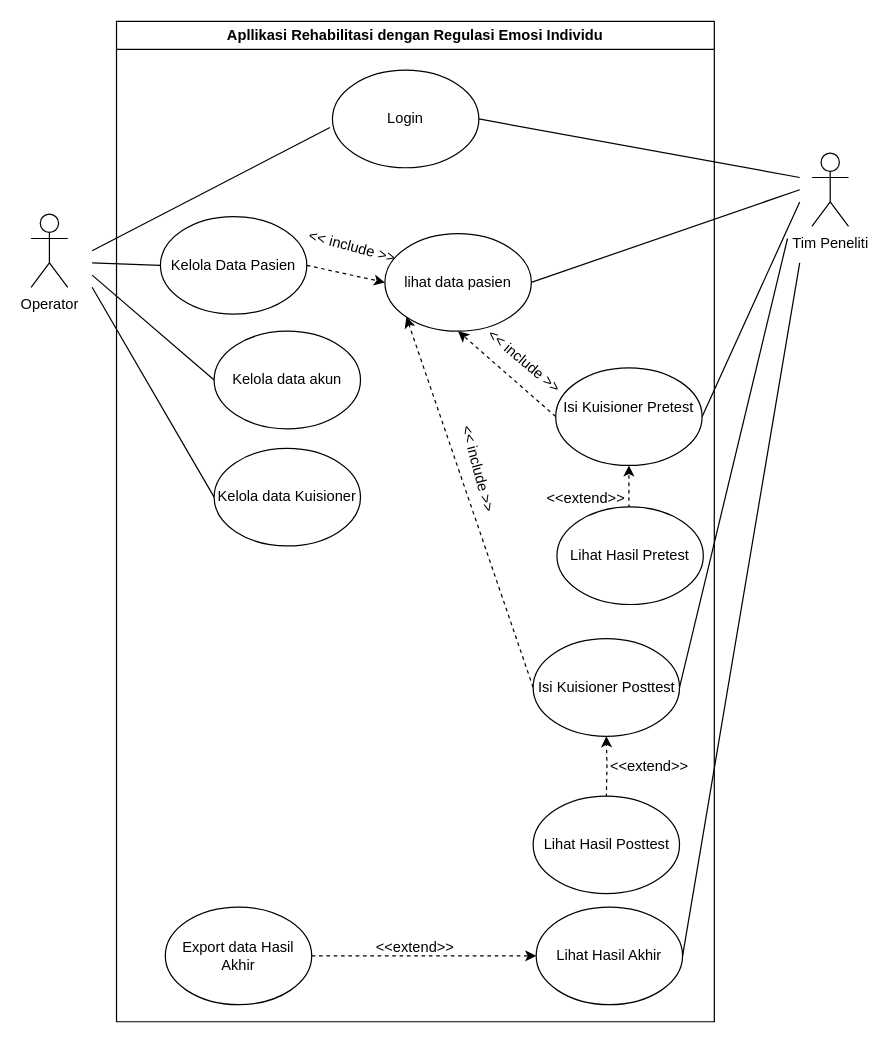
This is page "Page-1" (1 of 2) of use_case_tugas_akhir.drawio from zzarr/Tugas-Akhir, a draw.io file, before an edit. Source tidied: cells renumbered, new cells numbered last; positions are measured from the earlier drawing's top-left corner, leaving out a move shared by most shapes. Both pictures are drawn from the tidied source at 122%, with x=0, y=0 at pixel (30, 21).
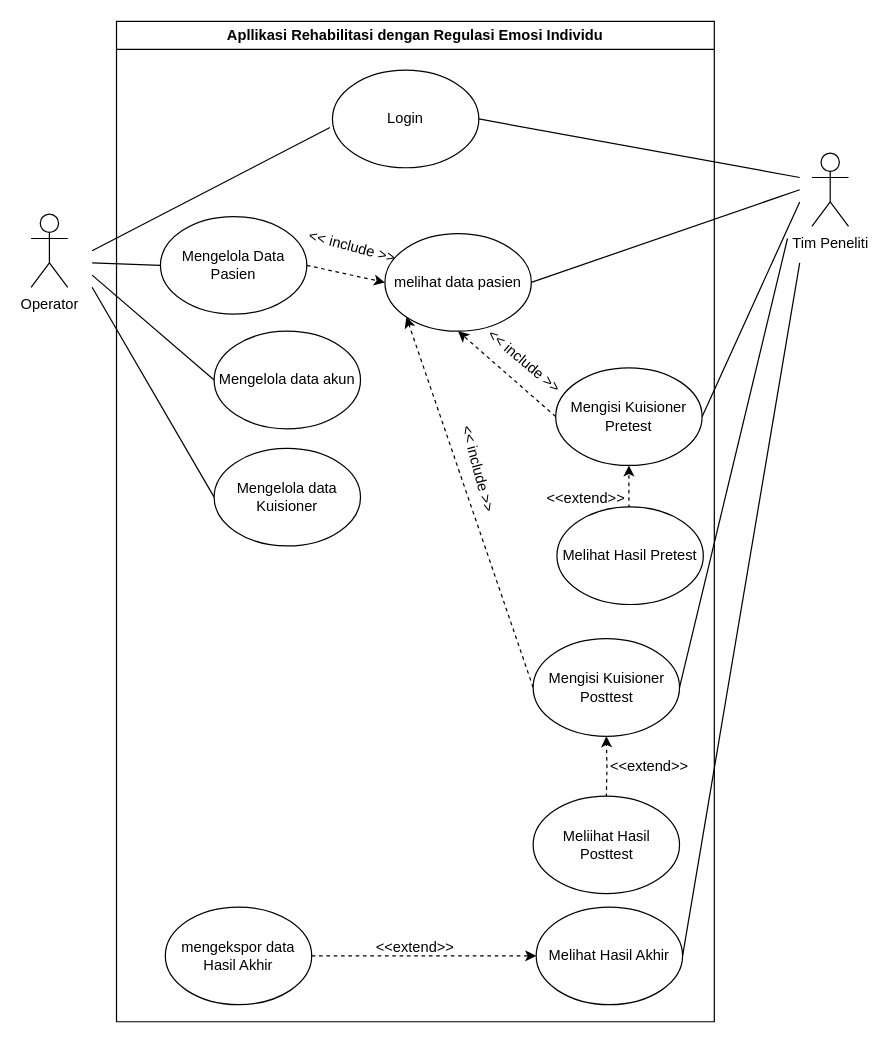
Above is the later version.

The change refers to these unchanged cells:
```xml
<mxCell id="7" value="Apllikasi Rehabilitasi dengan Regulasi Emosi Individu" style="swimlane;whiteSpace=wrap;html=1;" parent="1" vertex="1">
  <mxGeometry x="70" width="490" height="820" as="geometry" />
</mxCell>
```

Diff of the diagram source:
```diff
@@
-    <mxCell id="8" value="Export data Hasil Akhir" style="ellipse;whiteSpace=wrap;html=1;" parent="7" vertex="1">
+    <mxCell id="8" value="mengekspor data Hasil Akhir" style="ellipse;whiteSpace=wrap;html=1;" parent="7" vertex="1">
       <mxGeometry x="40" y="726" width="120" height="80" as="geometry" />
     </mxCell>
@@
-    <mxCell id="10" value="lihat data pasien" style="ellipse;whiteSpace=wrap;html=1;" parent="7" vertex="1">
+    <mxCell id="10" value="melihat data pasien" style="ellipse;whiteSpace=wrap;html=1;" parent="7" vertex="1">
       <mxGeometry x="220" y="174" width="120" height="80" as="geometry" />
     </mxCell>
@@
-    <mxCell id="12" value="Kelola Data Pasien" style="ellipse;whiteSpace=wrap;html=1;" parent="7" vertex="1">
+    <mxCell id="12" value="Mengelola Data Pasien" style="ellipse;whiteSpace=wrap;html=1;" parent="7" vertex="1">
       <mxGeometry x="36" y="160" width="120" height="80" as="geometry" />
     </mxCell>
@@
-    <mxCell id="15" value="&#10;Isi Kuisioner Pretest&#10;&#10;" style="ellipse;whiteSpace=wrap;html=1;" parent="7" vertex="1">
+    <mxCell id="15" value="&lt;br&gt;Mengisi Kuisioner Pretest&lt;div&gt;&lt;br/&gt;&lt;/div&gt;" style="ellipse;whiteSpace=wrap;html=1;" parent="7" vertex="1">
       <mxGeometry x="360" y="284" width="120" height="80" as="geometry" />
     </mxCell>
@@
-    <mxCell id="17" value="Lihat Hasil Pretest" style="ellipse;whiteSpace=wrap;html=1;" parent="7" vertex="1">
+    <mxCell id="17" value="Melihat Hasil Pretest" style="ellipse;whiteSpace=wrap;html=1;" parent="7" vertex="1">
       <mxGeometry x="361" y="398" width="120" height="80" as="geometry" />
     </mxCell>
@@
-    <mxCell id="20" value="Isi Kuisioner Posttest" style="ellipse;whiteSpace=wrap;html=1;" parent="7" vertex="1">
+    <mxCell id="20" value="Mengisi Kuisioner Posttest" style="ellipse;whiteSpace=wrap;html=1;" parent="7" vertex="1">
       <mxGeometry x="341.5" y="506" width="120" height="80" as="geometry" />
     </mxCell>
@@
-    <mxCell id="22" value="Lihat Hasil Posttest" style="ellipse;whiteSpace=wrap;html=1;" parent="7" vertex="1">
+    <mxCell id="22" value="Meliihat Hasil Posttest" style="ellipse;whiteSpace=wrap;html=1;" parent="7" vertex="1">
       <mxGeometry x="341.5" y="635" width="120" height="80" as="geometry" />
     </mxCell>
@@
-    <mxCell id="24" value="Kelola data Kuisioner" style="ellipse;whiteSpace=wrap;html=1;" parent="7" vertex="1">
+    <mxCell id="24" value="Mengelola data Kuisioner" style="ellipse;whiteSpace=wrap;html=1;" parent="7" vertex="1">
       <mxGeometry x="80" y="350" width="120" height="80" as="geometry" />
     </mxCell>
-    <mxCell id="25" value="Kelola data akun" style="ellipse;whiteSpace=wrap;html=1;" parent="7" vertex="1">
+    <mxCell id="25" value="Mengelola data akun" style="ellipse;whiteSpace=wrap;html=1;" parent="7" vertex="1">
       <mxGeometry x="80" y="254" width="120" height="80" as="geometry" />
     </mxCell>
@@
-    <mxCell id="27" value="Lihat Hasil Akhir" style="ellipse;whiteSpace=wrap;html=1;" parent="7" vertex="1">
+    <mxCell id="27" value="Melihat Hasil Akhir" style="ellipse;whiteSpace=wrap;html=1;" parent="7" vertex="1">
       <mxGeometry x="344" y="726" width="120" height="80" as="geometry" />
     </mxCell>
```
